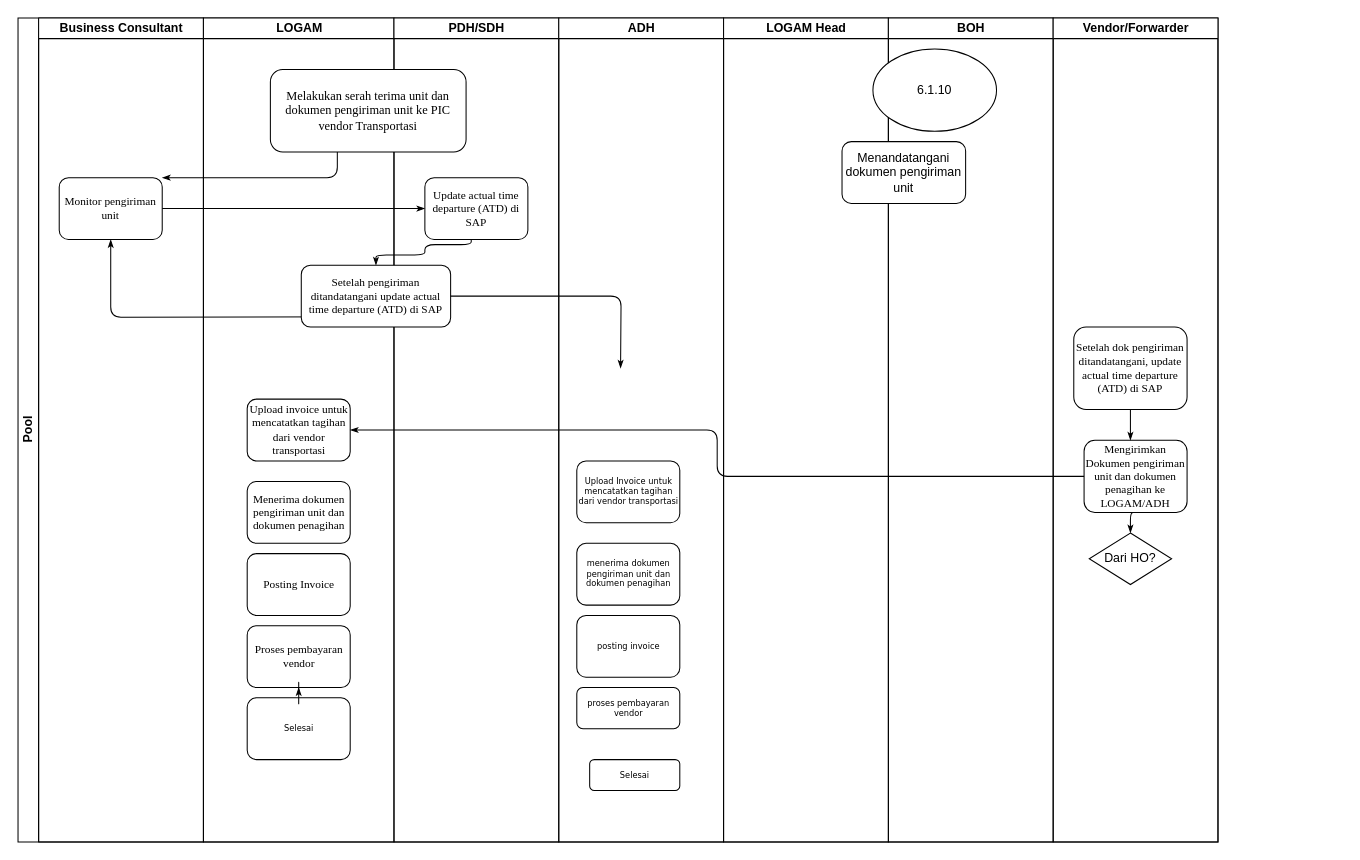
The draw.io diagram Untitled Diagram.drawio in MiftahRizky/miftahr, before the edit. Source tidied: cells renumbered, new cells numbered last; positions are measured from the earlier drawing's top-left corner, leaving out a move shared by most shapes. Both pictures are drawn from the tidied source at 103%, with x=0, y=0 at pixel (18, 18).
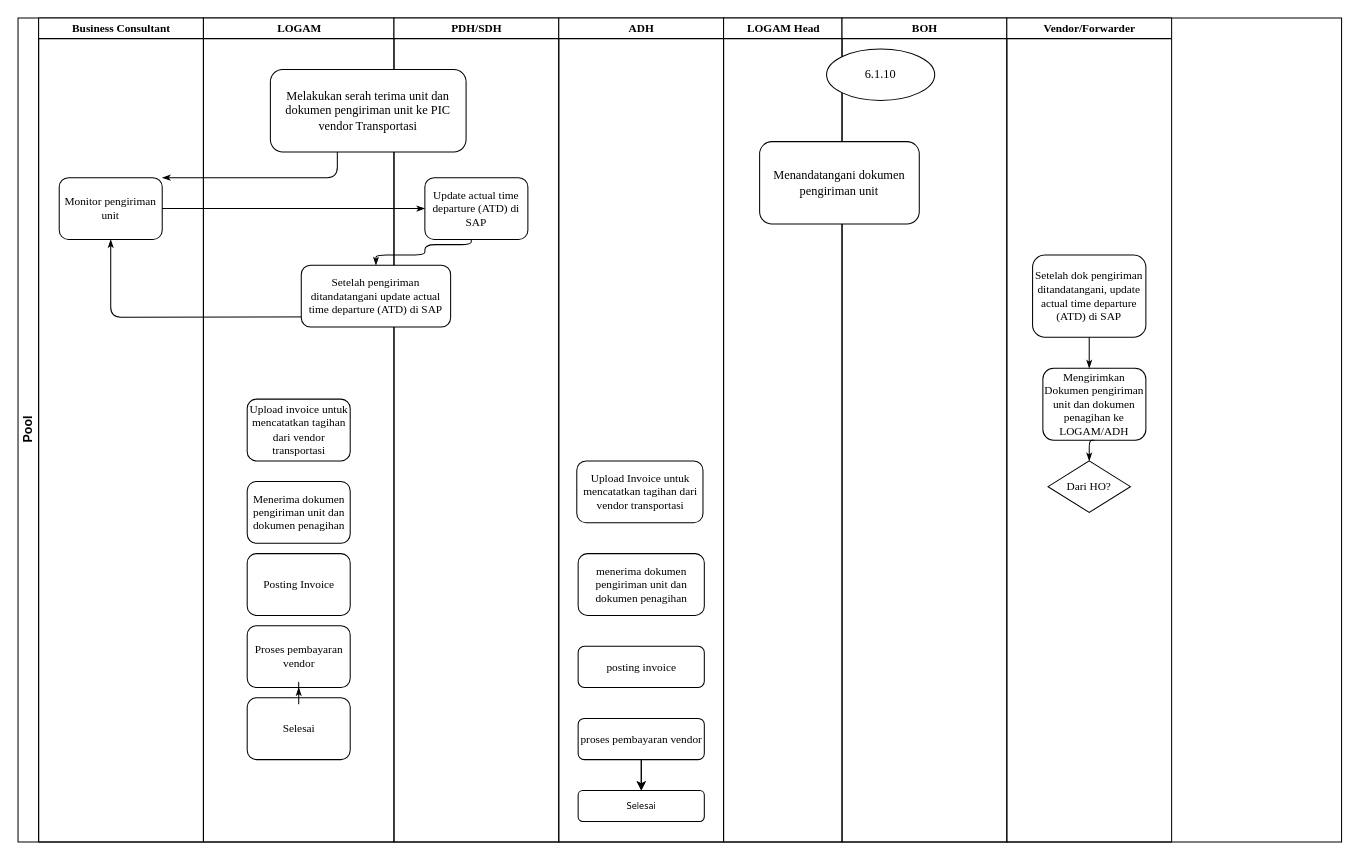
Above is the later version.

The change refers to these unchanged cells:
```xml
<mxCell id="9" value="&lt;font face=&quot;Times New Roman&quot; style=&quot;font-size: 11px;&quot;&gt;Upload invoice untuk mencatatkan tagihan dari vendor transportasi&lt;/font&gt;" style="rounded=1;whiteSpace=wrap;html=1;shadow=0;labelBackgroundColor=none;strokeWidth=1;fontFamily=Verdana;fontSize=8;align=center;" parent="8" vertex="1">
  <mxGeometry x="42.5" y="370" width="100" height="60" as="geometry" />
</mxCell>
<mxCell id="19" value="&lt;font style=&quot;font-size: 11px;&quot; face=&quot;Times New Roman&quot;&gt;Setelah pengiriman ditandatangani update actual time departure (ATD) di SAP&lt;/font&gt;" style="rounded=1;whiteSpace=wrap;html=1;shadow=0;labelBackgroundColor=none;strokeWidth=1;fontFamily=Verdana;fontSize=8;align=center;" parent="15" vertex="1">
  <mxGeometry x="-90" y="240" width="145" height="60" as="geometry" />
</mxCell>
```

Diff of the diagram source:
```diff
@@
     <mxCell id="2" value="Pool" style="swimlane;html=1;startSize=20;rounded=0;shadow=0;strokeWidth=1;align=center;verticalAlign=middle;horizontal=0;" parent="1" vertex="1">
-      <mxGeometry width="1165" height="800" as="geometry" />
+      <mxGeometry width="1285" height="800" as="geometry" />
     </mxCell>
-    <mxCell id="3" value="Business Consultant" style="swimlane;html=1;startSize=20;" parent="2" vertex="1">
+    <mxCell id="3" value="&lt;font style=&quot;font-size: 11px;&quot; face=&quot;Times New Roman&quot;&gt;Business Consultant&lt;/font&gt;" style="swimlane;html=1;startSize=20;" parent="2" vertex="1">
       <mxGeometry x="20" width="160" height="800" as="geometry" />
     </mxCell>
@@
-    <mxCell id="8" value="LOGAM" style="swimlane;html=1;startSize=20;" parent="2" vertex="1">
+    <mxCell id="8" value="&lt;font face=&quot;Times New Roman&quot; style=&quot;font-size: 11px;&quot;&gt;LOGAM&lt;/font&gt;" style="swimlane;html=1;startSize=20;" parent="2" vertex="1">
       <mxGeometry x="180" width="185" height="800" as="geometry" />
     </mxCell>
@@
-    <mxCell id="13" value="Selesai" style="rounded=1;whiteSpace=wrap;html=1;shadow=0;labelBackgroundColor=none;strokeWidth=1;fontFamily=Verdana;fontSize=8;align=center;" parent="8" vertex="1">
+    <mxCell id="13" value="&lt;font style=&quot;font-size: 11px;&quot; face=&quot;Times New Roman&quot;&gt;Selesai&lt;/font&gt;" style="rounded=1;whiteSpace=wrap;html=1;shadow=0;labelBackgroundColor=none;strokeWidth=1;fontFamily=Verdana;fontSize=8;align=center;" parent="8" vertex="1">
       <mxGeometry x="42.5" y="660" width="100" height="60" as="geometry" />
     </mxCell>
@@
-    <mxCell id="15" value="PDH/SDH" style="swimlane;html=1;startSize=20;" parent="2" vertex="1">
+    <mxCell id="15" value="&lt;font style=&quot;font-size: 11px;&quot; face=&quot;Times New Roman&quot;&gt;PDH/SDH&lt;/font&gt;" style="swimlane;html=1;startSize=20;" parent="2" vertex="1">
       <mxGeometry x="365" width="160" height="800" as="geometry" />
     </mxCell>
@@
-    <mxCell id="20" value="ADH" style="swimlane;html=1;startSize=20;" parent="2" vertex="1">
+    <mxCell id="20" value="&lt;font style=&quot;font-size: 11px;&quot; face=&quot;Times New Roman&quot;&gt;ADH&lt;/font&gt;" style="swimlane;html=1;startSize=20;" parent="2" vertex="1">
       <mxGeometry x="525" width="160" height="800" as="geometry" />
     </mxCell>
-    <mxCell id="21" value="Upload Invoice untuk mencatatkan tagihan dari vendor transportasi" style="rounded=1;whiteSpace=wrap;html=1;shadow=0;labelBackgroundColor=none;strokeWidth=1;fontFamily=Verdana;fontSize=8;align=center;" parent="20" vertex="1">
-      <mxGeometry x="17.5" y="430" width="100" height="60" as="geometry" />
+    <mxCell id="21" value="&lt;font style=&quot;font-size: 11px;&quot; face=&quot;Times New Roman&quot;&gt;Upload Invoice untuk mencatatkan tagihan dari vendor transportasi&lt;/font&gt;" style="rounded=1;whiteSpace=wrap;html=1;shadow=0;labelBackgroundColor=none;strokeWidth=1;fontFamily=Verdana;fontSize=8;align=center;" parent="20" vertex="1">
+      <mxGeometry x="17.5" y="430" width="122.5" height="60" as="geometry" />
     </mxCell>
-    <mxCell id="22" value="menerima dokumen pengiriman unit dan dokumen penagihan" style="rounded=1;whiteSpace=wrap;html=1;shadow=0;labelBackgroundColor=none;strokeWidth=1;fontFamily=Verdana;fontSize=8;align=center;" parent="20" vertex="1">
-      <mxGeometry x="17.5" y="510" width="100" height="60" as="geometry" />
+    <mxCell id="22" value="&lt;font style=&quot;font-size: 11px;&quot; face=&quot;Times New Roman&quot;&gt;menerima dokumen pengiriman unit dan dokumen penagihan&lt;/font&gt;" style="rounded=1;whiteSpace=wrap;html=1;shadow=0;labelBackgroundColor=none;strokeWidth=1;fontFamily=Verdana;fontSize=8;align=center;" parent="20" vertex="1">
+      <mxGeometry x="18.8" y="520" width="122.5" height="60" as="geometry" />
     </mxCell>
-    <mxCell id="23" value="posting invoice" style="rounded=1;whiteSpace=wrap;html=1;shadow=0;labelBackgroundColor=none;strokeWidth=1;fontFamily=Verdana;fontSize=8;align=center;" parent="20" vertex="1">
-      <mxGeometry x="17.5" y="580" width="100" height="60" as="geometry" />
+    <mxCell id="23" value="&lt;font face=&quot;Times New Roman&quot; style=&quot;font-size: 11px;&quot;&gt;posting invoice&lt;/font&gt;" style="rounded=1;whiteSpace=wrap;html=1;shadow=0;labelBackgroundColor=none;strokeWidth=1;fontFamily=Verdana;fontSize=8;align=center;" parent="20" vertex="1">
+      <mxGeometry x="18.8" y="610" width="122.5" height="40" as="geometry" />
     </mxCell>
+    <mxCell id="38" style="edgeStyle=orthogonalEdgeStyle;rounded=0;jettySize=auto;html=1;" parent="20" edge="1" source="24" target="25">
+      <mxGeometry relative="1" as="geometry" />
+    </mxCell>
+    <mxCell id="39" style="edgeStyle=orthogonalEdgeStyle;rounded=0;jettySize=auto;html=1;" parent="20" edge="1" source="24" target="25">
+      <mxGeometry relative="1" as="geometry" />
+    </mxCell>
-    <mxCell id="24" value="proses pembayaran vendor" style="rounded=1;whiteSpace=wrap;html=1;shadow=0;labelBackgroundColor=none;strokeWidth=1;fontFamily=Verdana;fontSize=8;align=center;" parent="20" vertex="1">
-      <mxGeometry x="17.5" y="650" width="100" height="40" as="geometry" />
+    <mxCell id="24" value="&lt;font face=&quot;Times New Roman&quot; style=&quot;font-size: 11px;&quot;&gt;proses pembayaran vendor&lt;/font&gt;" style="rounded=1;whiteSpace=wrap;html=1;shadow=0;labelBackgroundColor=none;strokeWidth=1;fontFamily=Verdana;fontSize=8;align=center;" parent="20" vertex="1">
+      <mxGeometry x="18.8" y="680" width="122.5" height="40" as="geometry" />
     </mxCell>
     <mxCell id="25" value="Selesai" style="rounded=1;whiteSpace=wrap;html=1;shadow=0;labelBackgroundColor=none;strokeWidth=1;fontFamily=Verdana;fontSize=8;align=center;" parent="20" vertex="1">
-      <mxGeometry x="30" y="720" width="87.5" height="30" as="geometry" />
+      <mxGeometry x="18.8" y="750" width="122.5" height="30" as="geometry" />
     </mxCell>
-    <mxCell id="26" value="LOGAM Head" style="swimlane;html=1;startSize=20;" parent="2" vertex="1">
-      <mxGeometry x="685" width="160" height="800" as="geometry" />
+    <mxCell id="26" value="&lt;font face=&quot;Times New Roman&quot; style=&quot;font-size: 11px;&quot;&gt;LOGAM Head&lt;/font&gt;" style="swimlane;html=1;startSize=20;" parent="2" vertex="1">
+      <mxGeometry x="685" width="115" height="800" as="geometry" />
     </mxCell>
-    <mxCell id="27" value="BOH" style="swimlane;html=1;startSize=20;" parent="2" vertex="1">
-      <mxGeometry x="845" width="160" height="800" as="geometry" />
+    <mxCell id="27" value="&lt;font style=&quot;font-size: 11px;&quot; face=&quot;Times New Roman&quot;&gt;BOH&lt;/font&gt;" style="swimlane;html=1;startSize=20;" parent="2" vertex="1">
+      <mxGeometry x="800" width="160" height="800" as="geometry" />
     </mxCell>
-    <mxCell id="28" value="6.1.10" style="ellipse;whiteSpace=wrap;html=1;" parent="27" vertex="1">
-      <mxGeometry x="-15" y="30" width="120" height="80" as="geometry" />
+    <mxCell id="28" value="&lt;font face=&quot;Times New Roman&quot;&gt;6.1.10&lt;/font&gt;" style="ellipse;whiteSpace=wrap;html=1;" parent="27" vertex="1">
+      <mxGeometry x="-15" y="30" width="105" height="50" as="geometry" />
     </mxCell>
-    <mxCell id="29" value="Menandatangani dokumen pengiriman unit" style="rounded=1;whiteSpace=wrap;html=1;" parent="27" vertex="1">
-      <mxGeometry x="-45" y="120" width="120" height="60" as="geometry" />
+    <mxCell id="29" value="&lt;font face=&quot;Times New Roman&quot;&gt;Menandatangani dokumen pengiriman unit&lt;/font&gt;" style="rounded=1;whiteSpace=wrap;html=1;" parent="27" vertex="1">
+      <mxGeometry x="-80" y="120" width="155" height="80" as="geometry" />
     </mxCell>
-    <mxCell id="30" value="Vendor/Forwarder" style="swimlane;html=1;startSize=20;" parent="2" vertex="1">
-      <mxGeometry x="1005" width="160" height="800" as="geometry" />
+    <mxCell id="30" value="&lt;font face=&quot;Times New Roman&quot; style=&quot;font-size: 11px;&quot;&gt;Vendor/Forwarder&lt;/font&gt;" style="swimlane;html=1;startSize=20;" parent="2" vertex="1">
+      <mxGeometry x="960" width="160" height="800" as="geometry" />
     </mxCell>
     <mxCell id="31" value="&lt;font face=&quot;Times New Roman&quot; style=&quot;font-size: 11px;&quot;&gt;Setelah dok pengiriman ditandatangani, update actual time departure (ATD) di SAP&lt;/font&gt;" style="rounded=1;whiteSpace=wrap;html=1;shadow=0;labelBackgroundColor=none;strokeWidth=1;fontFamily=Verdana;fontSize=8;align=center;" parent="30" vertex="1">
-      <mxGeometry x="20" y="300" width="110" height="80" as="geometry" />
+      <mxGeometry x="25" y="230" width="110" height="80" as="geometry" />
     </mxCell>
     <mxCell id="32" value="&lt;font style=&quot;font-size: 11px;&quot; face=&quot;Times New Roman&quot;&gt;Mengirimkan Dokumen pengiriman unit dan dokumen penagihan ke LOGAM/ADH&lt;/font&gt;" style="rounded=1;whiteSpace=wrap;html=1;shadow=0;labelBackgroundColor=none;strokeWidth=1;fontFamily=Verdana;fontSize=8;align=center;" parent="30" vertex="1">
-      <mxGeometry x="30" y="410" width="100" height="70" as="geometry" />
+      <mxGeometry x="35" y="340" width="100" height="70" as="geometry" />
     </mxCell>
     <mxCell id="33" style="edgeStyle=orthogonalEdgeStyle;rounded=1;html=1;labelBackgroundColor=none;startArrow=none;startFill=0;startSize=5;endArrow=classicThin;endFill=1;endSize=5;jettySize=auto;strokeWidth=1;fontFamily=Verdana;fontSize=8;" parent="30" edge="1" source="31" target="32">
       <mxGeometry relative="1" as="geometry">
         <Array as="points">
-          <mxPoint x="80" y="410" />
-          <mxPoint x="80" y="410" />
+          <mxPoint x="85" y="340" />
+          <mxPoint x="85" y="340" />
         </Array>
       </mxGeometry>
     </mxCell>
-    <mxCell id="34" value="Dari HO?" style="rhombus;whiteSpace=wrap;html=1;" parent="30" vertex="1">
-      <mxGeometry x="35" y="500" width="80" height="50" as="geometry" />
+    <mxCell id="34" value="&lt;font style=&quot;font-size: 11px;&quot; face=&quot;Times New Roman&quot;&gt;Dari HO?&lt;/font&gt;" style="rhombus;whiteSpace=wrap;html=1;" parent="30" vertex="1">
+      <mxGeometry x="40" y="430" width="80" height="50" as="geometry" />
     </mxCell>
     <mxCell id="35" style="edgeStyle=orthogonalEdgeStyle;rounded=1;html=1;labelBackgroundColor=none;startArrow=none;startFill=0;startSize=5;endArrow=classicThin;endFill=1;endSize=5;jettySize=auto;strokeWidth=1;fontFamily=Verdana;fontSize=8;exitX=0.5;exitY=1;exitDx=0;exitDy=0;entryX=0.5;entryY=0;entryDx=0;entryDy=0;" parent="30" edge="1" source="32" target="34">
       <mxGeometry relative="1" as="geometry">
         <Array as="points">
-          <mxPoint x="75" y="480" />
+          <mxPoint x="80" y="410" />
         </Array>
       </mxGeometry>
     </mxCell>
-    <mxCell id="36" style="edgeStyle=orthogonalEdgeStyle;rounded=1;html=1;labelBackgroundColor=none;startArrow=none;startFill=0;startSize=5;endArrow=classicThin;endFill=1;endSize=5;jettySize=auto;strokeColor=#000000;strokeWidth=1;fontFamily=Verdana;fontSize=8;fontColor=#000000;" parent="2" edge="1" source="19">
-      <mxGeometry relative="1" as="geometry">
-        <mxPoint x="585" y="340" as="targetPoint" />
-      </mxGeometry>
-    </mxCell>
-    <mxCell id="37" style="edgeStyle=orthogonalEdgeStyle;rounded=1;html=1;labelBackgroundColor=none;startArrow=none;startFill=0;startSize=5;endArrow=classicThin;endFill=1;endSize=5;jettySize=auto;strokeWidth=1;fontFamily=Verdana;fontSize=8;" parent="2" edge="1" source="32" target="9">
-      <mxGeometry relative="1" as="geometry" />
-    </mxCell>
```
